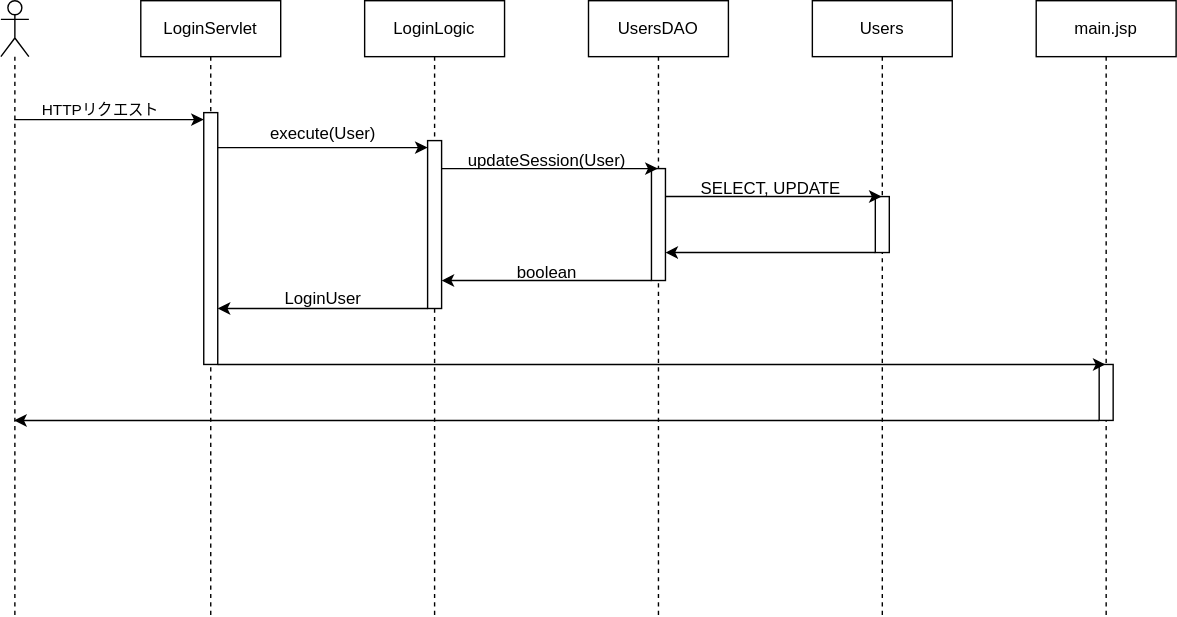
Above: シーケンス.svg in hokuto-fukura/software_engineering (draw.io), before the change. Source tidied: cells renumbered, new cells last; positions are measured from the earlier drawing's top-left corner, leaving out a move shared by most shapes.
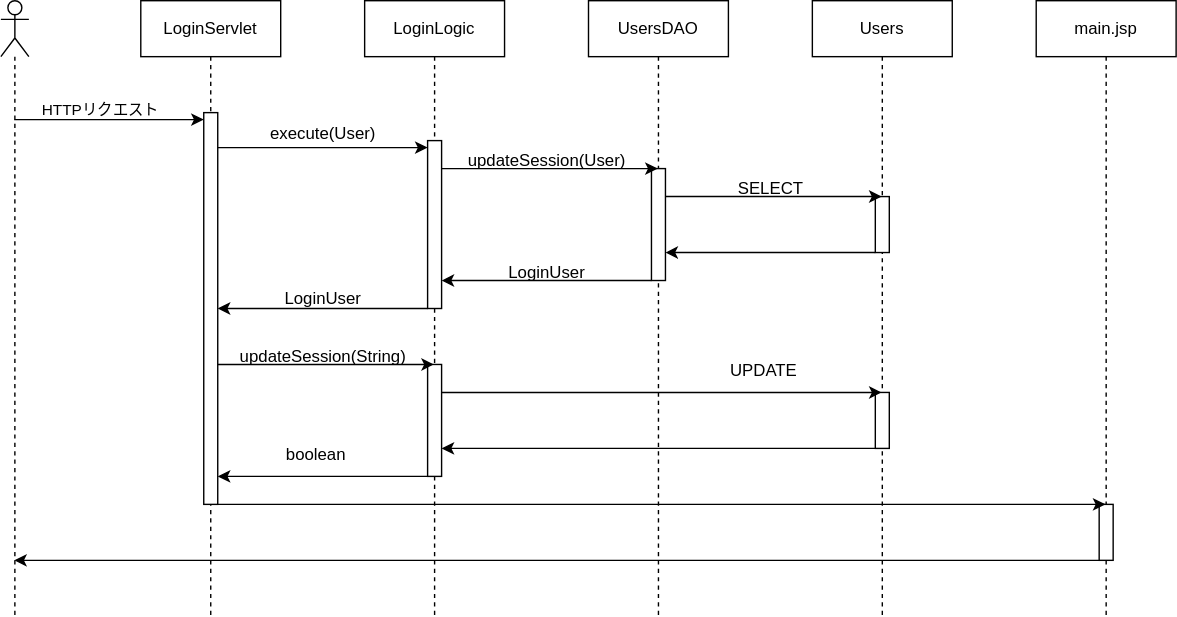
After the change.

Commit message:
シーケンス.svg を更新します

The edit, as a diff of the source:
```diff
@@ -22,7 +22,7 @@
       <mxGeometry x="100" width="100" height="440" as="geometry" />
     </mxCell>
     <mxCell id="6" style="html=1;points=[[0,0,0,0,5],[0,1,0,0,-5],[1,0,0,0,5],[1,1,0,0,-5]];perimeter=orthogonalPerimeter;outlineConnect=0;targetShapes=umlLifeline;portConstraint=eastwest;newEdgeStyle={&quot;curved&quot;:0,&quot;rounded&quot;:0};" parent="5" vertex="1">
-      <mxGeometry x="45" y="80" width="10" height="180" as="geometry" />
+      <mxGeometry x="45" y="80" width="10" height="280" as="geometry" />
     </mxCell>
     <mxCell id="7" value="LoginLogic" style="shape=umlLifeline;perimeter=lifelinePerimeter;whiteSpace=wrap;html=1;outlineConnect=0;portConstraint=eastwest;newEdgeStyle={&quot;curved&quot;:0,&quot;rounded&quot;:0};" parent="1" vertex="1">
       <mxGeometry x="260" width="100" height="440" as="geometry" />
@@ -30,6 +30,9 @@
     <mxCell id="8" style="html=1;points=[[0,0,0,0,5],[0,1,0,0,-5],[1,0,0,0,5],[1,1,0,0,-5]];perimeter=orthogonalPerimeter;outlineConnect=0;targetShapes=umlLifeline;portConstraint=eastwest;newEdgeStyle={&quot;curved&quot;:0,&quot;rounded&quot;:0};" parent="7" vertex="1">
       <mxGeometry x="45" y="100" width="10" height="120" as="geometry" />
     </mxCell>
+    <mxCell id="28" style="html=1;points=[[0,0,0,0,5],[0,1,0,0,-5],[1,0,0,0,5],[1,1,0,0,-5]];perimeter=orthogonalPerimeter;outlineConnect=0;targetShapes=umlLifeline;portConstraint=eastwest;newEdgeStyle={&quot;curved&quot;:0,&quot;rounded&quot;:0};" parent="7" vertex="1">
+      <mxGeometry x="45" y="260" width="10" height="80" as="geometry" />
+    </mxCell>
     <mxCell id="9" style="edgeStyle=orthogonalEdgeStyle;rounded=0;jettySize=auto;html=1;curved=0;entryX=0;entryY=0;entryDx=0;entryDy=5;entryPerimeter=0;" parent="1" edge="1" source="6" target="8">
       <mxGeometry relative="1" as="geometry">
         <Array as="points">
@@ -64,6 +67,9 @@
     <mxCell id="16" style="html=1;points=[[0,0,0,0,5],[0,1,0,0,-5],[1,0,0,0,5],[1,1,0,0,-5]];perimeter=orthogonalPerimeter;outlineConnect=0;targetShapes=umlLifeline;portConstraint=eastwest;newEdgeStyle={&quot;curved&quot;:0,&quot;rounded&quot;:0};" parent="15" vertex="1">
       <mxGeometry x="45" y="140" width="10" height="40" as="geometry" />
     </mxCell>
+    <mxCell id="29" style="html=1;points=[[0,0,0,0,5],[0,1,0,0,-5],[1,0,0,0,5],[1,1,0,0,-5]];perimeter=orthogonalPerimeter;outlineConnect=0;targetShapes=umlLifeline;portConstraint=eastwest;newEdgeStyle={&quot;curved&quot;:0,&quot;rounded&quot;:0};" parent="15" vertex="1">
+      <mxGeometry x="45" y="280" width="10" height="40" as="geometry" />
+    </mxCell>
     <mxCell id="17" style="edgeStyle=orthogonalEdgeStyle;rounded=0;jettySize=auto;html=1;curved=0;" parent="1" edge="1" source="12" target="15">
       <mxGeometry relative="1" as="geometry">
         <Array as="points">
@@ -72,8 +78,8 @@
         </Array>
       </mxGeometry>
     </mxCell>
-    <mxCell id="18" value="SELECT, UPDATE" style="text;html=1;align=center;verticalAlign=middle;strokeColor=none;fillColor=none;" parent="1" vertex="1">
-      <mxGeometry x="490" y="120" width="120" height="30" as="geometry" />
+    <mxCell id="18" value="SELECT" style="text;html=1;align=center;verticalAlign=middle;strokeColor=none;fillColor=none;" parent="1" vertex="1">
+      <mxGeometry x="515" y="120" width="70" height="30" as="geometry" />
     </mxCell>
     <mxCell id="19" style="edgeStyle=orthogonalEdgeStyle;rounded=0;jettySize=auto;html=1;curved=0;" parent="1" edge="1" source="16" target="12">
       <mxGeometry relative="1" as="geometry">
@@ -83,8 +89,8 @@
         </Array>
       </mxGeometry>
     </mxCell>
-    <mxCell id="20" value="boolean" style="text;html=1;align=center;verticalAlign=middle;strokeColor=none;fillColor=none;" parent="1" vertex="1">
-      <mxGeometry x="355" y="180" width="70" height="30" as="geometry" />
+    <mxCell id="20" value="LoginUser" style="text;html=1;align=center;verticalAlign=middle;strokeColor=none;fillColor=none;" parent="1" vertex="1">
+      <mxGeometry x="350" y="180" width="80" height="30" as="geometry" />
     </mxCell>
     <mxCell id="21" style="edgeStyle=orthogonalEdgeStyle;rounded=0;jettySize=auto;html=1;curved=0;" parent="1" edge="1" source="12" target="8">
       <mxGeometry relative="1" as="geometry">
@@ -109,23 +115,68 @@
       <mxGeometry x="740" width="100" height="440" as="geometry" />
     </mxCell>
     <mxCell id="25" style="html=1;points=[[0,0,0,0,5],[0,1,0,0,-5],[1,0,0,0,5],[1,1,0,0,-5]];perimeter=orthogonalPerimeter;outlineConnect=0;targetShapes=umlLifeline;portConstraint=eastwest;newEdgeStyle={&quot;curved&quot;:0,&quot;rounded&quot;:0};" parent="24" vertex="1">
-      <mxGeometry x="45" y="260" width="10" height="40" as="geometry" />
+      <mxGeometry x="45" y="360" width="10" height="40" as="geometry" />
     </mxCell>
-    <mxCell id="26" style="edgeStyle=orthogonalEdgeStyle;rounded=0;jettySize=auto;html=1;curved=0;" parent="1" edge="1" source="6" target="24">
+    <mxCell id="26" style="edgeStyle=orthogonalEdgeStyle;rounded=0;orthogonalLoop=1;jettySize=auto;html=1;curved=0;" parent="1" edge="1">
       <mxGeometry relative="1" as="geometry">
+        <mxPoint x="155" y="360" as="sourcePoint" />
+        <mxPoint x="789.5" y="360" as="targetPoint" />
         <Array as="points">
-          <mxPoint x="300" y="260" />
-          <mxPoint x="300" y="260" />
+          <mxPoint x="300" y="360" />
+          <mxPoint x="300" y="360" />
         </Array>
       </mxGeometry>
     </mxCell>
-    <mxCell id="27" style="edgeStyle=orthogonalEdgeStyle;rounded=0;jettySize=auto;html=1;curved=0;" parent="1" edge="1" source="25" target="4">
+    <mxCell id="27" style="edgeStyle=orthogonalEdgeStyle;rounded=0;orthogonalLoop=1;jettySize=auto;html=1;curved=0;" parent="1" edge="1">
       <mxGeometry relative="1" as="geometry">
+        <mxPoint x="785" y="400" as="sourcePoint" />
+        <mxPoint x="9.5" y="400" as="targetPoint" />
         <Array as="points">
-          <mxPoint x="600" y="300" />
-          <mxPoint x="600" y="300" />
+          <mxPoint x="600" y="400" />
+          <mxPoint x="600" y="400" />
         </Array>
       </mxGeometry>
     </mxCell>
+    <mxCell id="30" style="edgeStyle=orthogonalEdgeStyle;rounded=0;jettySize=auto;html=1;curved=0;" parent="1" edge="1" source="6" target="7">
+      <mxGeometry relative="1" as="geometry">
+        <Array as="points">
+          <mxPoint x="180" y="260" />
+          <mxPoint x="180" y="260" />
+        </Array>
+      </mxGeometry>
+    </mxCell>
+    <mxCell id="31" value="updateSession(String)" style="text;html=1;align=center;verticalAlign=middle;strokeColor=none;fillColor=none;" parent="1" vertex="1">
+      <mxGeometry x="160" y="240" width="140" height="30" as="geometry" />
+    </mxCell>
+    <mxCell id="32" style="edgeStyle=orthogonalEdgeStyle;rounded=0;jettySize=auto;html=1;curved=0;" parent="1" edge="1" source="28" target="15">
+      <mxGeometry relative="1" as="geometry">
+        <Array as="points">
+          <mxPoint x="550" y="280" />
+          <mxPoint x="550" y="280" />
+        </Array>
+      </mxGeometry>
+    </mxCell>
+    <mxCell id="33" style="edgeStyle=orthogonalEdgeStyle;rounded=0;jettySize=auto;html=1;curved=0;" parent="1" edge="1" source="29" target="28">
+      <mxGeometry relative="1" as="geometry">
+        <Array as="points">
+          <mxPoint x="470" y="320" />
+          <mxPoint x="470" y="320" />
+        </Array>
+      </mxGeometry>
+    </mxCell>
+    <mxCell id="34" style="edgeStyle=orthogonalEdgeStyle;rounded=0;jettySize=auto;html=1;curved=0;" parent="1" edge="1" source="28" target="6">
+      <mxGeometry relative="1" as="geometry">
+        <Array as="points">
+          <mxPoint x="260" y="340" />
+          <mxPoint x="260" y="340" />
+        </Array>
+      </mxGeometry>
+    </mxCell>
+    <mxCell id="35" value="UPDATE" style="text;html=1;align=center;verticalAlign=middle;strokeColor=none;fillColor=none;" parent="1" vertex="1">
+      <mxGeometry x="510" y="250" width="70" height="30" as="geometry" />
+    </mxCell>
+    <mxCell id="36" value="boolean" style="text;html=1;align=center;verticalAlign=middle;strokeColor=none;fillColor=none;" parent="1" vertex="1">
+      <mxGeometry x="190" y="310" width="70" height="30" as="geometry" />
+    </mxCell>
   </root>
 </mxGraphModel>
```
